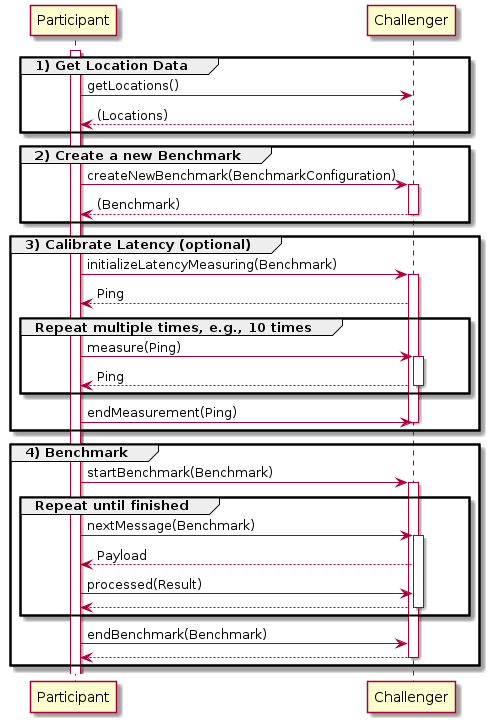
The PlantUML diagram web/frontend/static/img/debs.png in jawadtahir/bandency, before a commit. Its diagram source:
```plantuml
@startuml
activate Participant

group 1) Get Location Data
Challenger <- Participant: getLocations()
Challenger --> Participant: (Locations)
end

group 2) Create a new Benchmark
Challenger <- Participant: createNewBenchmark(BenchmarkConfiguration)
activate Challenger
Challenger --> Participant: (Benchmark)
deactivate Challenger
end

group 3) Calibrate Latency (optional)
Challenger <- Participant: initializeLatencyMeasuring(Benchmark)
activate Challenger
Challenger --> Participant: Ping

group Repeat multiple times, e.g., 10 times
Challenger <- Participant: measure(Ping)
activate Challenger
Challenger --> Participant: Ping
deactivate Challenger
end

Challenger <- Participant: endMeasurement(Ping)
deactivate Challenger

deactivate Challenger
end

group 4) Benchmark
Challenger <- Participant: startBenchmark(Benchmark)
activate Challenger


group Repeat until finished
Challenger <- Participant: nextMessage(Benchmark)
activate Challenger
Challenger --> Participant: Payload

Challenger <- Participant: processed(Result)
Challenger --> Participant:
deactivate Challenger
end


Challenger <- Participant: endBenchmark(Benchmark)
Challenger --> Participant:

deactivate Challenger
end


@enduml
```
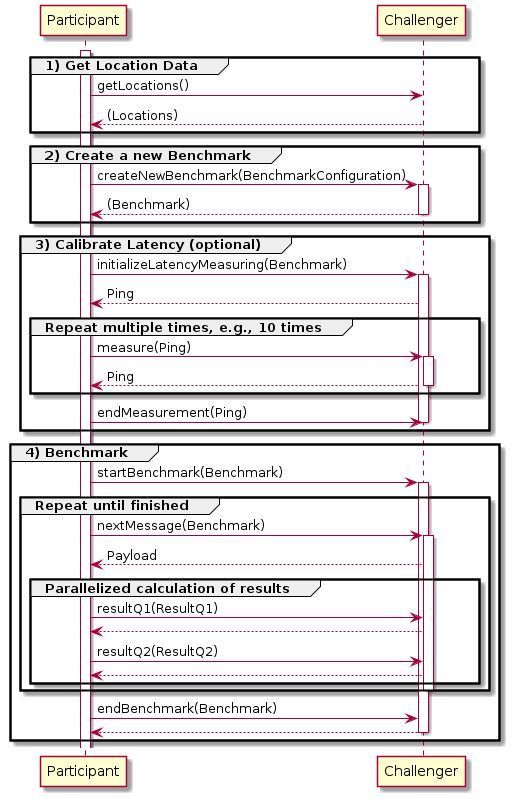
The same diagram one commit later.

The edit, as a diff of the source:
```diff
@@ -41,10 +41,16 @@
 activate Challenger
 Challenger --> Participant: Payload
 
-Challenger <- Participant: processed(Result)
+group Parallelized calculation of results
+Challenger <- Participant: resultQ1(ResultQ1)
 Challenger --> Participant:
+Challenger <- Participant: resultQ2(ResultQ2)
+Challenger --> Participant:
+end
+
 deactivate Challenger
 end
+
 
 
 Challenger <- Participant: endBenchmark(Benchmark)
```
